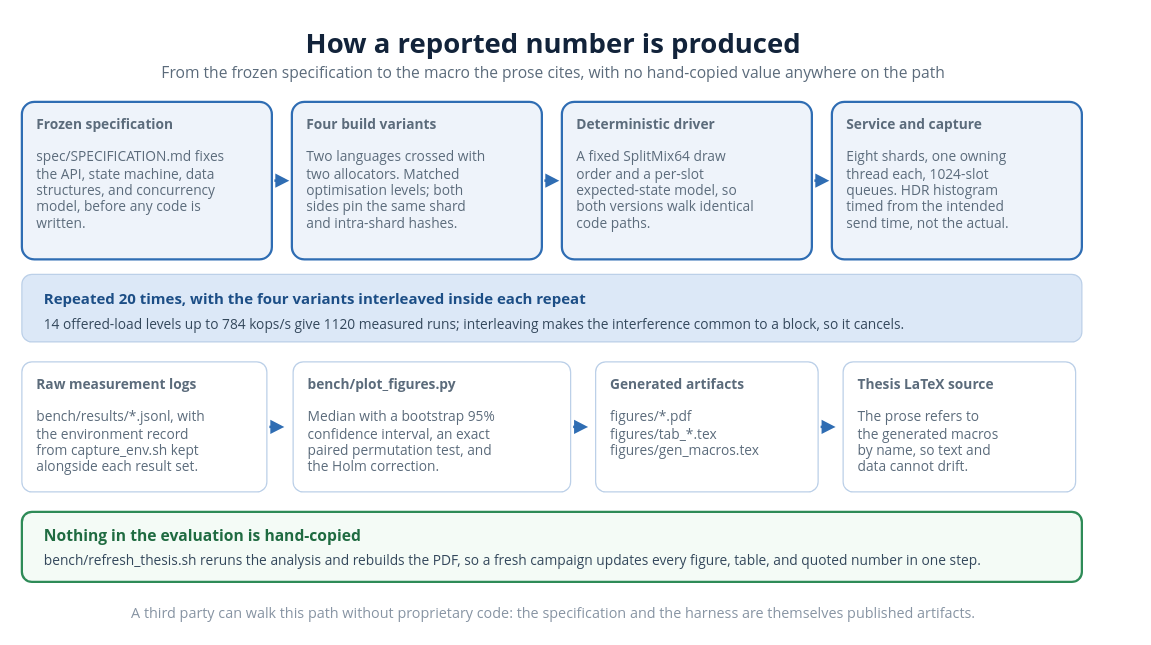
Above: diagrams/20_benchmark_harness.drawio in VienThanh12/Master-Thesis (draw.io), before the change. Source tidied: cells renumbered, new cells numbered last; positions are measured from the earlier drawing's top-left corner, leaving out a move shared by most shapes. Both pictures are drawn from the tidied source at 125%, with x=0, y=0 at pixel (21, 20).
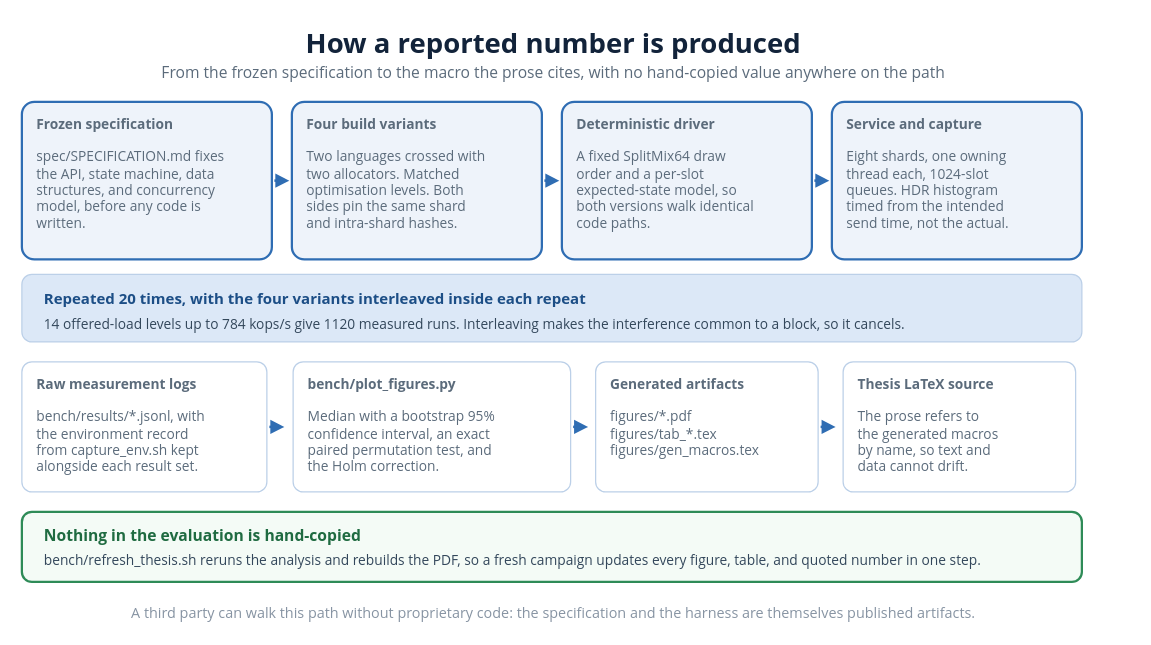
After the change.

What changed in the source:
```diff
@@
-    <mxCell id="5" value="&lt;b&gt;Four build variants&lt;/b&gt;&lt;br&gt;&lt;br&gt;Two languages crossed with&lt;br&gt;two allocators. Matched&lt;br&gt;optimisation levels; both&lt;br&gt;sides pin the same shard&lt;br&gt;and intra-shard hashes." style="rounded=1;whiteSpace=wrap;html=1;absoluteArcSize=1;arcSize=20;fillColor=#eef3fa;strokeColor=#2f6db3;strokeWidth=1.8;align=left;verticalAlign=top;spacingLeft=10;spacingTop=4;spacingRight=6;fontSize=11;fontColor=#5b6b7b;fontFamily=Segoe UI;" parent="1" vertex="1">
+    <mxCell id="5" value="&lt;b&gt;Four build variants&lt;/b&gt;&lt;br&gt;&lt;br&gt;Two languages crossed with&lt;br&gt;two allocators. Matched&lt;br&gt;optimisation levels. Both&lt;br&gt;sides pin the same shard&lt;br&gt;and intra-shard hashes." style="rounded=1;whiteSpace=wrap;html=1;absoluteArcSize=1;arcSize=20;fillColor=#eef3fa;strokeColor=#2f6db3;strokeWidth=1.8;align=left;verticalAlign=top;spacingLeft=10;spacingTop=4;spacingRight=6;fontSize=11;fontColor=#5b6b7b;fontFamily=Segoe UI;" parent="1" vertex="1">
       <mxGeometry x="216" y="65" width="200" height="126" as="geometry" />
     </mxCell>
@@
-    <mxCell id="13" value="14 offered-load levels up to 784 kops/s give 1120 measured runs; interleaving makes the interference common to a block, so it cancels." style="text;html=1;strokeColor=none;fillColor=none;whiteSpace=nowrap;align=left;verticalAlign=middle;fontSize=11;fontColor=#33475b;fontFamily=Segoe UI;" parent="1" vertex="1">
+    <mxCell id="13" value="14 offered-load levels up to 784 kops/s give 1120 measured runs. Interleaving makes the interference common to a block, so it cancels." style="text;html=1;strokeColor=none;fillColor=none;whiteSpace=nowrap;align=left;verticalAlign=middle;fontSize=11;fontColor=#33475b;fontFamily=Segoe UI;" parent="1" vertex="1">
       <mxGeometry x="16" y="233.6" width="803.3" height="16.5" as="geometry" />
     </mxCell>
```
